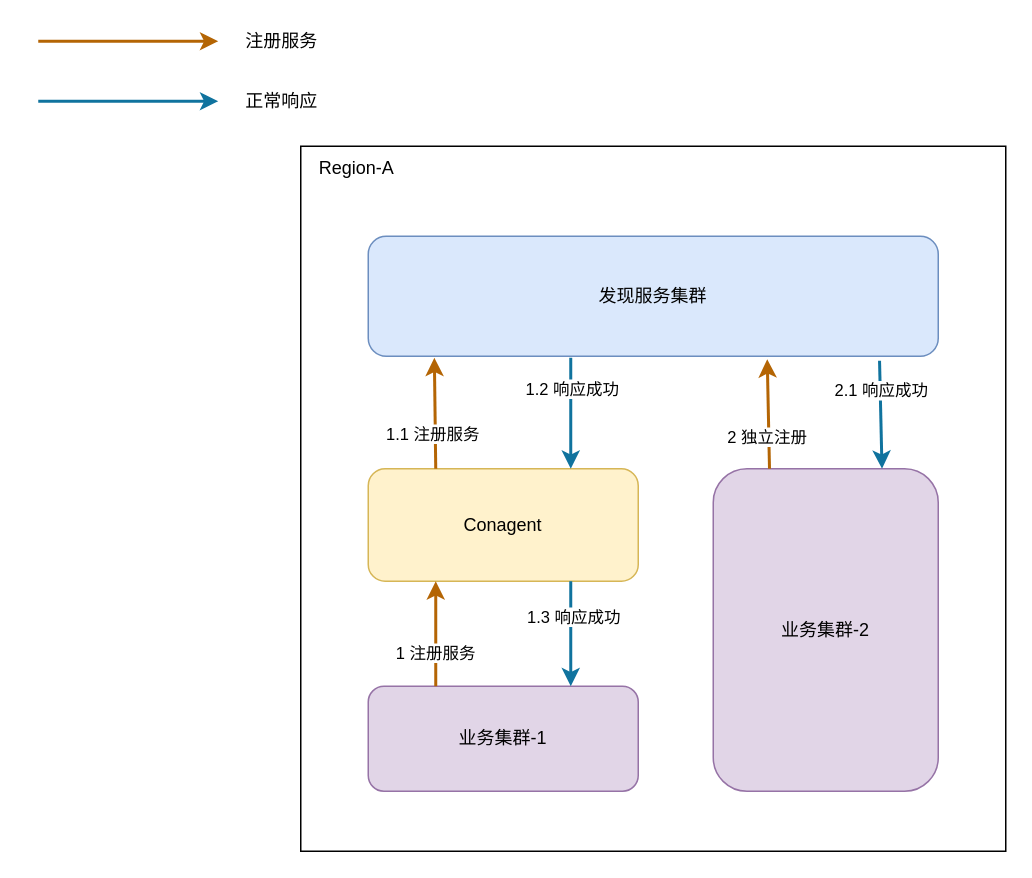
The draw.io diagram 跨区服务.drawio in Gred01/study, before the edit. Source tidied: cells renumbered, new cells numbered last; positions are measured from the earlier drawing's top-left corner, leaving out a move shared by most shapes. Both pictures are drawn from the tidied source at 150%, with x=0, y=0 at pixel (38, 26).
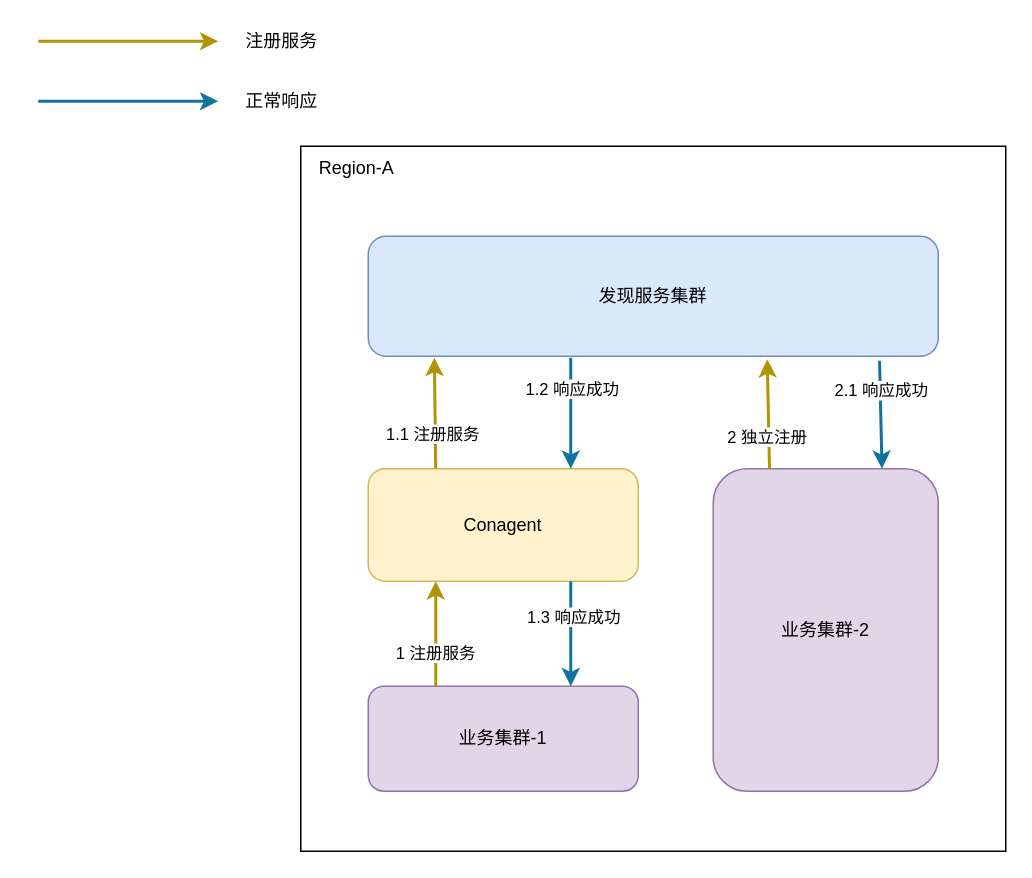
The same page after the edit.

Unchanged cells that the change refers to:
```xml
<mxCell id="3" value="发现服务集群" style="rounded=1;whiteSpace=wrap;html=1;fillColor=#dae8fc;strokeColor=#6c8ebf;" parent="1" vertex="1">
  <mxGeometry x="220" y="140" width="380" height="80" as="geometry" />
</mxCell>
<mxCell id="4" value="Conagent" style="rounded=1;whiteSpace=wrap;html=1;fillColor=#fff2cc;strokeColor=#d6b656;" parent="1" vertex="1">
  <mxGeometry x="220" y="295" width="180" height="75" as="geometry" />
</mxCell>
<mxCell id="5" value="业务集群-1" style="rounded=1;whiteSpace=wrap;html=1;fillColor=#e1d5e7;strokeColor=#9673a6;" parent="1" vertex="1">
  <mxGeometry x="220" y="440" width="180" height="70" as="geometry" />
</mxCell>
<mxCell id="6" value="&lt;span&gt;业务集群-2&lt;/span&gt;" style="rounded=1;whiteSpace=wrap;html=1;fillColor=#e1d5e7;strokeColor=#9673a6;" parent="1" vertex="1">
  <mxGeometry x="450" y="295" width="150" height="215" as="geometry" />
</mxCell>
```

Change to the diagram source:
```diff
@@
-    <mxCell id="7" style="endArrow=classic;html=1;fillColor=#fad7ac;strokeColor=#b46504;strokeWidth=2;entryX=0.7;entryY=1.025;entryDx=0;entryDy=0;exitX=0.25;exitY=0;exitDx=0;exitDy=0;entryPerimeter=0;" parent="1" edge="1" source="6" target="3">
+    <mxCell id="7" style="endArrow=classic;html=1;fillColor=#e3c800;strokeColor=#B09500;strokeWidth=2;entryX=0.7;entryY=1.025;entryDx=0;entryDy=0;exitX=0.25;exitY=0;exitDx=0;exitDy=0;entryPerimeter=0;" parent="1" edge="1" source="6" target="3">
       <mxGeometry relative="1" as="geometry" />
     </mxCell>
@@
-    <mxCell id="9" style="endArrow=classic;html=1;exitX=0.25;exitY=0;exitDx=0;exitDy=0;entryX=0.25;entryY=1;entryDx=0;entryDy=0;fillColor=#fad7ac;strokeColor=#b46504;strokeWidth=2;" parent="1" edge="1" source="5" target="4">
+    <mxCell id="9" style="endArrow=classic;html=1;exitX=0.25;exitY=0;exitDx=0;exitDy=0;entryX=0.25;entryY=1;entryDx=0;entryDy=0;fillColor=#e3c800;strokeColor=#B09500;strokeWidth=2;" parent="1" edge="1" source="5" target="4">
       <mxGeometry relative="1" as="geometry" />
     </mxCell>
@@
-    <mxCell id="13" style="endArrow=classic;html=1;exitX=0.25;exitY=0;exitDx=0;exitDy=0;entryX=0.116;entryY=1.013;entryDx=0;entryDy=0;entryPerimeter=0;fillColor=#fad7ac;strokeColor=#b46504;strokeWidth=2;" parent="1" edge="1" source="4" target="3">
+    <mxCell id="13" style="endArrow=classic;html=1;exitX=0.25;exitY=0;exitDx=0;exitDy=0;entryX=0.116;entryY=1.013;entryDx=0;entryDy=0;entryPerimeter=0;fillColor=#e3c800;strokeColor=#B09500;strokeWidth=2;" parent="1" edge="1" source="4" target="3">
       <mxGeometry relative="1" as="geometry" />
     </mxCell>
@@
-    <mxCell id="20" style="endArrow=classic;html=1;fillColor=#fad7ac;strokeColor=#b46504;strokeWidth=2;" parent="1" edge="1">
+    <mxCell id="20" style="endArrow=classic;html=1;fillColor=#e3c800;strokeColor=#B09500;strokeWidth=2;" parent="1" edge="1">
       <mxGeometry relative="1" as="geometry">
         <mxPoint y="10" as="sourcePoint" />
         <mxPoint x="120" y="10" as="targetPoint" />
       </mxGeometry>
     </mxCell>
```
